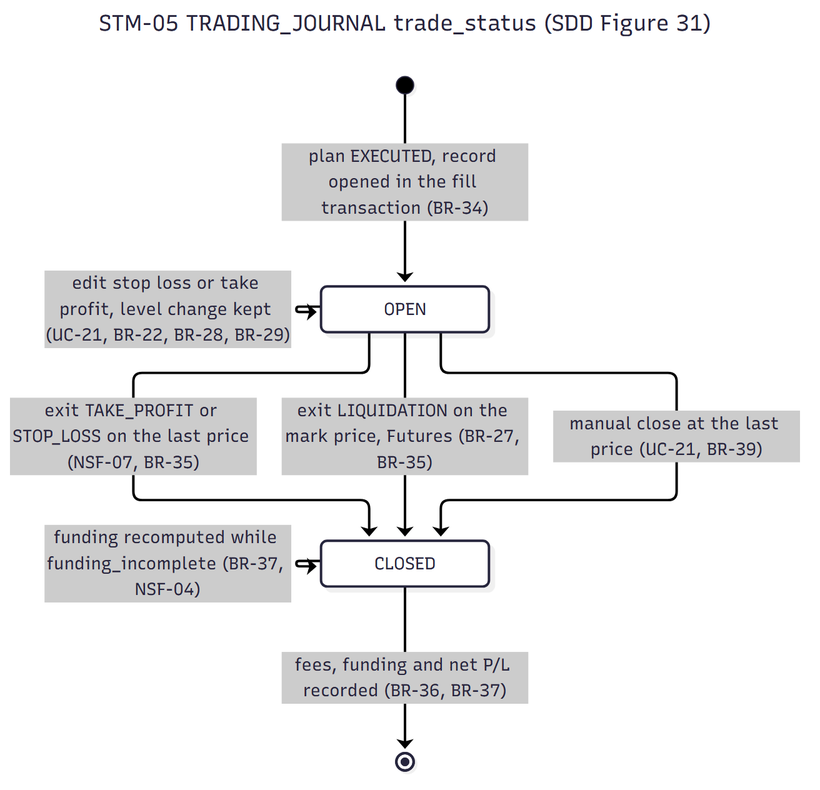
nguyenluc2411/cryptopilot_project keeps this Mermaid diagram as specs/diagrams/state/STM-05_trading_journal.png. Above is the earlier version. Its source is kept beside it as specs/diagrams/state/STM-05_trading_journal.mmd.
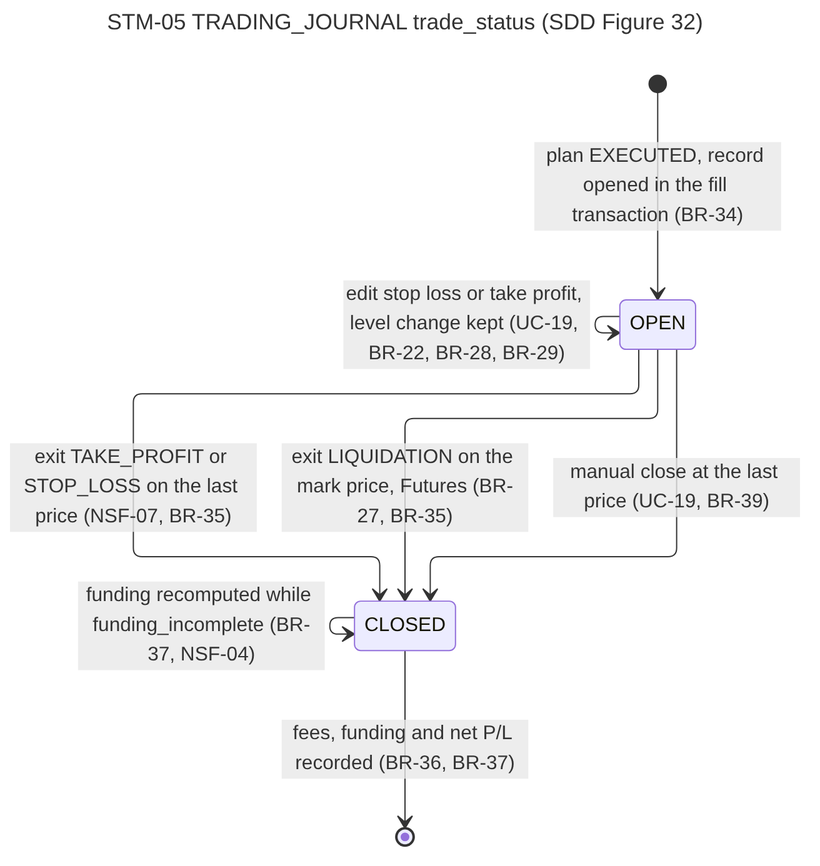
After the change.

Change to the diagram source:
```diff
@@ -1,11 +1,11 @@
 ---
-title: STM-05 TRADING_JOURNAL trade_status (SDD Figure 31)
+title: STM-05 TRADING_JOURNAL trade_status (SDD Figure 32)
 ---
 stateDiagram-v2
     [*] --> OPEN : plan EXECUTED, record opened in the fill transaction (BR-34)
-    OPEN --> OPEN : edit stop loss or take profit, level change kept (UC-21, BR-22, BR-28, BR-29)
+    OPEN --> OPEN : edit stop loss or take profit, level change kept (UC-19, BR-22, BR-28, BR-29)
     OPEN --> CLOSED : exit TAKE_PROFIT or STOP_LOSS on the last price (NSF-07, BR-35)
     OPEN --> CLOSED : exit LIQUIDATION on the mark price, Futures (BR-27, BR-35)
-    OPEN --> CLOSED : manual close at the last price (UC-21, BR-39)
+    OPEN --> CLOSED : manual close at the last price (UC-19, BR-39)
     CLOSED --> CLOSED : funding recomputed while funding_incomplete (BR-37, NSF-04)
     CLOSED --> [*] : fees, funding and net P/L recorded (BR-36, BR-37)
```
